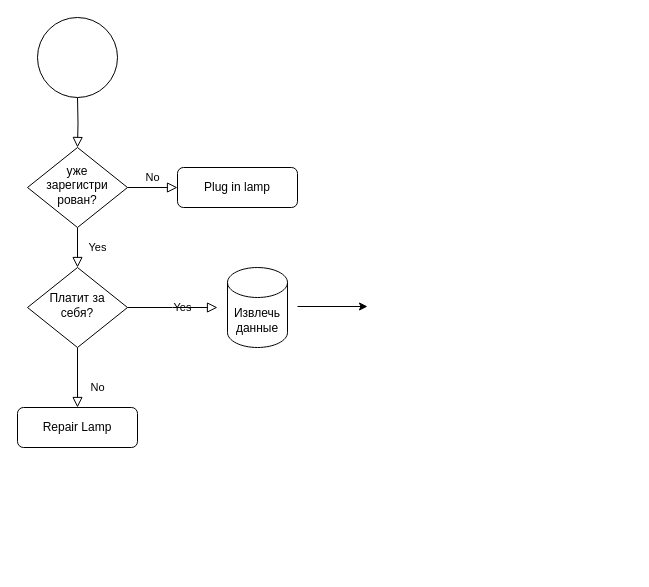
Before: Диаграмма без названия.drawio in YouTone/Analysis, a draw.io diagram. Source tidied: cells renumbered, new cells numbered last; positions are measured from the earlier drawing's top-left corner, leaving out a move shared by most shapes. Both pictures are drawn from the tidied source at 100%, with x=0, y=0 at pixel (17, 17).
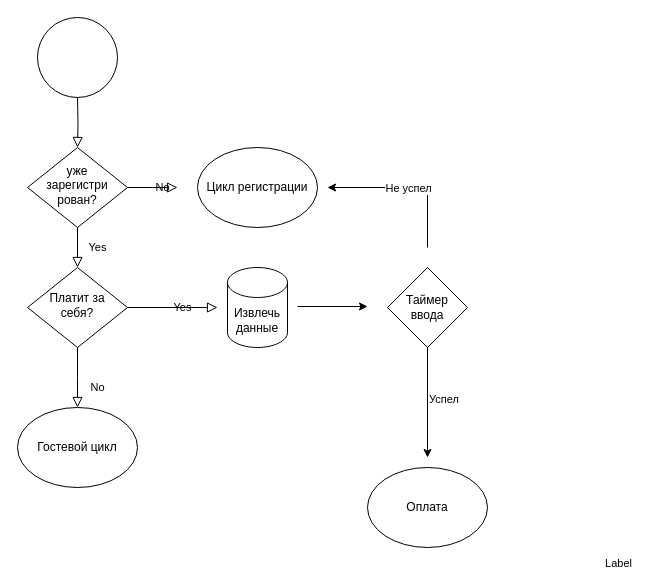
Above is the later version.

Unchanged cells that the change refers to:
```xml
<mxCell id="5" value="уже &lt;br&gt;зарегистри&lt;br&gt;рован?" style="rhombus;whiteSpace=wrap;html=1;shadow=0;fontFamily=Helvetica;fontSize=12;align=center;strokeWidth=1;spacing=6;spacingTop=-4;" parent="1" vertex="1">
  <mxGeometry x="10" y="130" width="100" height="80" as="geometry" />
</mxCell>
<mxCell id="9" value="Платит за себя?" style="rhombus;whiteSpace=wrap;html=1;shadow=0;fontFamily=Helvetica;fontSize=12;align=center;strokeWidth=1;spacing=6;spacingTop=-4;" parent="1" vertex="1">
  <mxGeometry x="10" y="250" width="100" height="80" as="geometry" />
</mxCell>
```

Change to the diagram source:
```diff
@@
-    <mxCell id="4" value="No" style="edgeStyle=orthogonalEdgeStyle;rounded=0;html=1;jettySize=auto;fontSize=11;endArrow=block;endFill=0;endSize=8;strokeWidth=1;shadow=0;labelBackgroundColor=none;" parent="1" edge="1" source="5" target="6">
-      <mxGeometry y="10" relative="1" as="geometry" />
+    <mxCell id="4" value="No" style="edgeStyle=orthogonalEdgeStyle;rounded=0;html=1;jettySize=auto;fontSize=11;endArrow=block;endFill=0;endSize=8;strokeWidth=1;shadow=0;labelBackgroundColor=none;" parent="1" edge="1" source="5">
+      <mxGeometry y="10" relative="1" as="geometry">
+        <mxPoint x="160" y="170" as="targetPoint" />
+      </mxGeometry>
     </mxCell>
@@
-    <mxCell id="6" value="Plug in lamp" style="rounded=1;whiteSpace=wrap;html=1;fontSize=12;glass=0;strokeWidth=1;shadow=0;" parent="1" vertex="1">
-      <mxGeometry x="160" y="150" width="120" height="40" as="geometry" />
-    </mxCell>
-    <mxCell id="7" value="No" style="rounded=0;html=1;jettySize=auto;fontSize=11;endArrow=block;endFill=0;endSize=8;strokeWidth=1;shadow=0;labelBackgroundColor=none;edgeStyle=orthogonalEdgeStyle;" parent="1" edge="1" source="9" target="10">
-      <mxGeometry x="0.33" y="20" relative="1" as="geometry" />
+    <mxCell id="7" value="No" style="rounded=0;html=1;jettySize=auto;fontSize=11;endArrow=block;endFill=0;endSize=8;strokeWidth=1;shadow=0;labelBackgroundColor=none;edgeStyle=orthogonalEdgeStyle;" parent="1" edge="1" source="9">
+      <mxGeometry x="0.33" y="20" relative="1" as="geometry">
+        <mxPoint x="60" y="390" as="targetPoint" />
+      </mxGeometry>
     </mxCell>
@@
-    <mxCell id="10" value="Repair Lamp" style="rounded=1;whiteSpace=wrap;html=1;fontSize=12;glass=0;strokeWidth=1;shadow=0;" parent="1" vertex="1">
-      <mxGeometry y="390" width="120" height="40" as="geometry" />
-    </mxCell>
@@
+    <mxCell id="14" value="Гостевой цикл" style="ellipse;whiteSpace=wrap;html=1;" parent="1" vertex="1">
+      <mxGeometry y="390" width="120" height="80" as="geometry" />
+    </mxCell>
+    <mxCell id="15" value="Цикл регистрации&lt;br&gt;" style="ellipse;whiteSpace=wrap;html=1;" parent="1" vertex="1">
+      <mxGeometry x="180" y="130" width="120" height="80" as="geometry" />
+    </mxCell>
+    <mxCell id="16" value="Таймер &lt;br&gt;ввода" style="rhombus;whiteSpace=wrap;html=1;" parent="1" vertex="1">
+      <mxGeometry x="370" y="250" width="80" height="80" as="geometry" />
+    </mxCell>
+    <mxCell id="17" style="endArrow=classic;html=1;rounded=0;" parent="1" edge="1">
+      <mxGeometry relative="1" as="geometry">
+        <mxPoint x="410" y="230" as="sourcePoint" />
+        <mxPoint x="310" y="170" as="targetPoint" />
+        <Array as="points">
+          <mxPoint x="410" y="170" />
+        </Array>
+      </mxGeometry>
+    </mxCell>
+    <mxCell id="18" value="Не успел" style="edgeLabel;html=1;align=center;verticalAlign=middle;" parent="17" vertex="1">
+      <mxGeometry relative="1" as="geometry" />
+    </mxCell>
+    <mxCell id="19" style="endArrow=classic;html=1;rounded=0;exitX=0.5;exitY=1;exitDx=0;exitDy=0;" parent="1" edge="1" source="16">
+      <mxGeometry relative="1" as="geometry">
+        <mxPoint x="410" y="440" as="targetPoint" />
+      </mxGeometry>
+    </mxCell>
+    <mxCell id="20" value="Label" style="edgeLabel;html=1;align=center;verticalAlign=middle;" parent="19" vertex="1">
+      <mxGeometry relative="1" as="geometry">
+        <mxPoint x="190" y="160" as="offset" />
+      </mxGeometry>
+    </mxCell>
+    <mxCell id="21" value="Успел" style="edgeLabel;html=1;align=left;verticalAlign=bottom;" parent="19" vertex="1">
+      <mxGeometry x="-1" relative="1" as="geometry">
+        <mxPoint y="60" as="offset" />
+      </mxGeometry>
+    </mxCell>
+    <mxCell id="22" value="Оплата" style="ellipse;whiteSpace=wrap;html=1;" parent="1" vertex="1">
+      <mxGeometry x="350" y="450" width="120" height="80" as="geometry" />
+    </mxCell>
```
